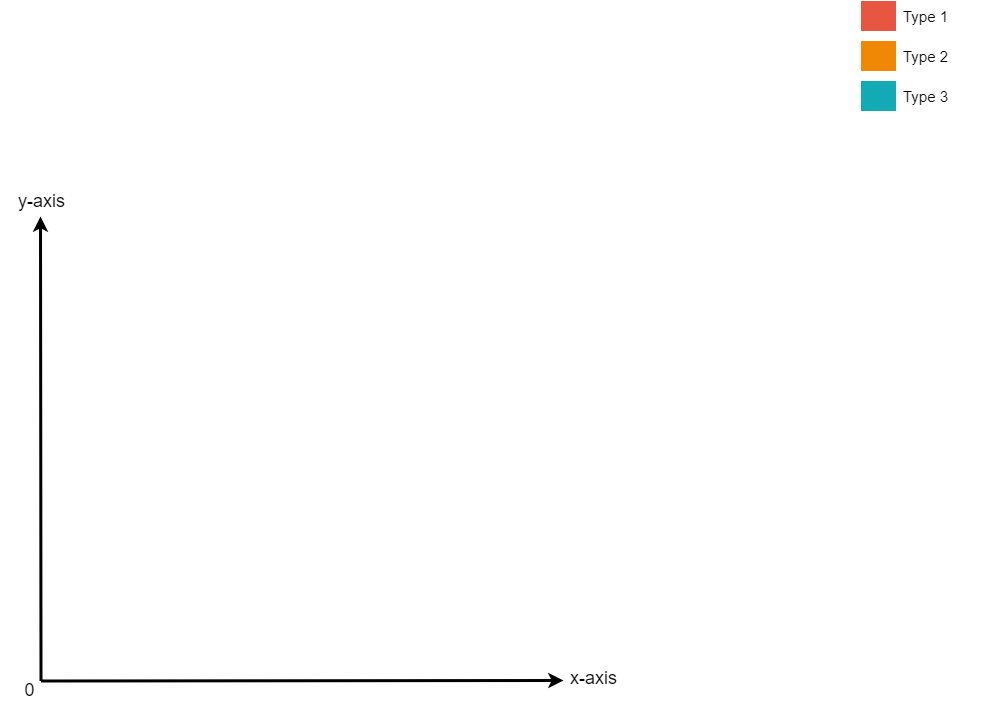
This is COMM-3710-bookdown/images/x-y-axes.png from sarakyeo/sarakyeo.github.io, a draw.io export, as it was before one commit. Source tidied: cells renumbered, new cells last; positions are measured from the earlier drawing's top-left corner, leaving out a move shared by most shapes. Source of this version:
```xml
<mxGraphModel>
  <root>
    <mxCell id="0" />
    <mxCell id="1" parent="0" />
    <mxCell id="2" style="edgeStyle=none;html=1;fontColor=#000000;strokeWidth=3;strokeColor=#000000;" parent="1" edge="1">
      <mxGeometry relative="1" as="geometry">
        <mxPoint x="39.5" y="680.5" as="sourcePoint" />
        <mxPoint x="39" y="216" as="targetPoint" />
      </mxGeometry>
    </mxCell>
    <mxCell id="3" style="edgeStyle=none;html=1;fontColor=#000000;strokeWidth=3;strokeColor=#000000;" parent="1" edge="1">
      <mxGeometry relative="1" as="geometry">
        <mxPoint x="39.5" y="680.5" as="sourcePoint" />
        <mxPoint x="562" y="680" as="targetPoint" />
      </mxGeometry>
    </mxCell>
    <mxCell id="4" value="x-axis" style="text;spacingTop=-5;html=1;fontSize=18;fontStyle=0;strokeColor=none;align=center;" parent="1" vertex="1">
      <mxGeometry x="552" y="666" width="80" height="20" as="geometry" />
    </mxCell>
    <mxCell id="5" style="whiteSpace=wrap;fillColor=#12AAB5;gradientColor=none;gradientDirection=east;strokeColor=none;html=1;fontColor=#23445d;" parent="1" vertex="1">
      <mxGeometry x="859.5" y="80.5" width="35" height="30" as="geometry" />
    </mxCell>
    <mxCell id="6" style="whiteSpace=wrap;fillColor=#F08705;gradientColor=none;gradientDirection=east;strokeColor=none;html=1;fontColor=#23445d;" parent="1" vertex="1">
      <mxGeometry x="859.5" y="40.5" width="35" height="30" as="geometry" />
    </mxCell>
    <mxCell id="7" style="whiteSpace=wrap;fillColor=#E85642;gradientColor=none;gradientDirection=east;strokeColor=none;html=1;fontColor=#23445d;" parent="1" vertex="1">
      <mxGeometry x="859.5" y="0.5" width="35" height="30" as="geometry" />
    </mxCell>
    <mxCell id="8" value="Type 1" style="text;spacingTop=-5;html=1;fontSize=15;" parent="1" vertex="1">
      <mxGeometry x="899.5" y="5.5" width="80" height="20" as="geometry" />
    </mxCell>
    <mxCell id="9" value="Type 2" style="text;spacingTop=-5;html=1;fontSize=15;" parent="1" vertex="1">
      <mxGeometry x="899.5" y="45.5" width="80" height="20" as="geometry" />
    </mxCell>
    <mxCell id="10" value="Type 3" style="text;spacingTop=-5;html=1;fontSize=15;" parent="1" vertex="1">
      <mxGeometry x="899.5" y="85.5" width="80" height="20" as="geometry" />
    </mxCell>
    <mxCell id="11" value="y-axis" style="text;spacingTop=-5;html=1;fontSize=18;fontStyle=0;align=center;" parent="1" vertex="1">
      <mxGeometry x="-0.5" y="189" width="80" height="20" as="geometry" />
    </mxCell>
    <mxCell id="12" value="0" style="text;spacingTop=-5;html=1;fontSize=18;fontStyle=0;align=center;" parent="1" vertex="1">
      <mxGeometry x="7" y="678" width="42.5" height="20" as="geometry" />
    </mxCell>
  </root>
</mxGraphModel>
```
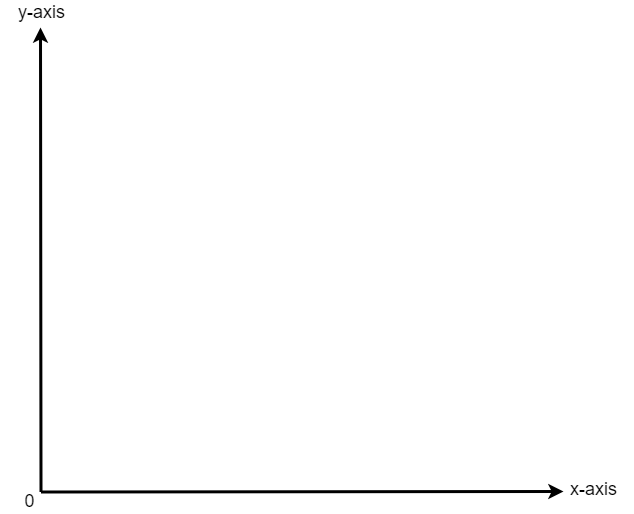
After the change.

Diff of the diagram source:
```diff
@@ -17,24 +17,6 @@
     <mxCell id="4" value="x-axis" style="text;spacingTop=-5;html=1;fontSize=18;fontStyle=0;strokeColor=none;align=center;" parent="1" vertex="1">
       <mxGeometry x="552" y="666" width="80" height="20" as="geometry" />
     </mxCell>
-    <mxCell id="5" style="whiteSpace=wrap;fillColor=#12AAB5;gradientColor=none;gradientDirection=east;strokeColor=none;html=1;fontColor=#23445d;" parent="1" vertex="1">
-      <mxGeometry x="859.5" y="80.5" width="35" height="30" as="geometry" />
-    </mxCell>
-    <mxCell id="6" style="whiteSpace=wrap;fillColor=#F08705;gradientColor=none;gradientDirection=east;strokeColor=none;html=1;fontColor=#23445d;" parent="1" vertex="1">
-      <mxGeometry x="859.5" y="40.5" width="35" height="30" as="geometry" />
-    </mxCell>
-    <mxCell id="7" style="whiteSpace=wrap;fillColor=#E85642;gradientColor=none;gradientDirection=east;strokeColor=none;html=1;fontColor=#23445d;" parent="1" vertex="1">
-      <mxGeometry x="859.5" y="0.5" width="35" height="30" as="geometry" />
-    </mxCell>
-    <mxCell id="8" value="Type 1" style="text;spacingTop=-5;html=1;fontSize=15;" parent="1" vertex="1">
-      <mxGeometry x="899.5" y="5.5" width="80" height="20" as="geometry" />
-    </mxCell>
-    <mxCell id="9" value="Type 2" style="text;spacingTop=-5;html=1;fontSize=15;" parent="1" vertex="1">
-      <mxGeometry x="899.5" y="45.5" width="80" height="20" as="geometry" />
-    </mxCell>
-    <mxCell id="10" value="Type 3" style="text;spacingTop=-5;html=1;fontSize=15;" parent="1" vertex="1">
-      <mxGeometry x="899.5" y="85.5" width="80" height="20" as="geometry" />
-    </mxCell>
     <mxCell id="11" value="y-axis" style="text;spacingTop=-5;html=1;fontSize=18;fontStyle=0;align=center;" parent="1" vertex="1">
       <mxGeometry x="-0.5" y="189" width="80" height="20" as="geometry" />
     </mxCell>
```
